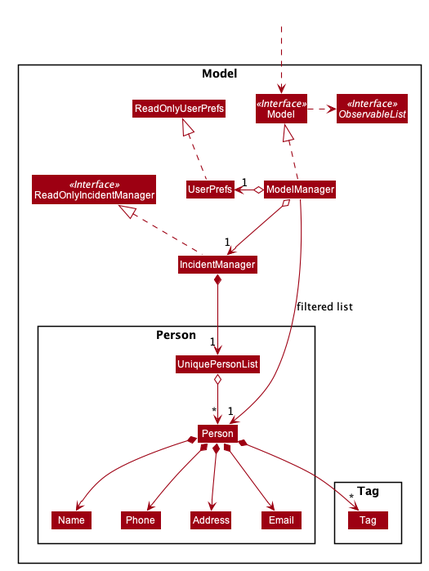
This is docs/images/ModelClassDiagram.png from nus-cs2103-AY1920S1/addressbook-level3, a PlantUML export, as it was before one commit.
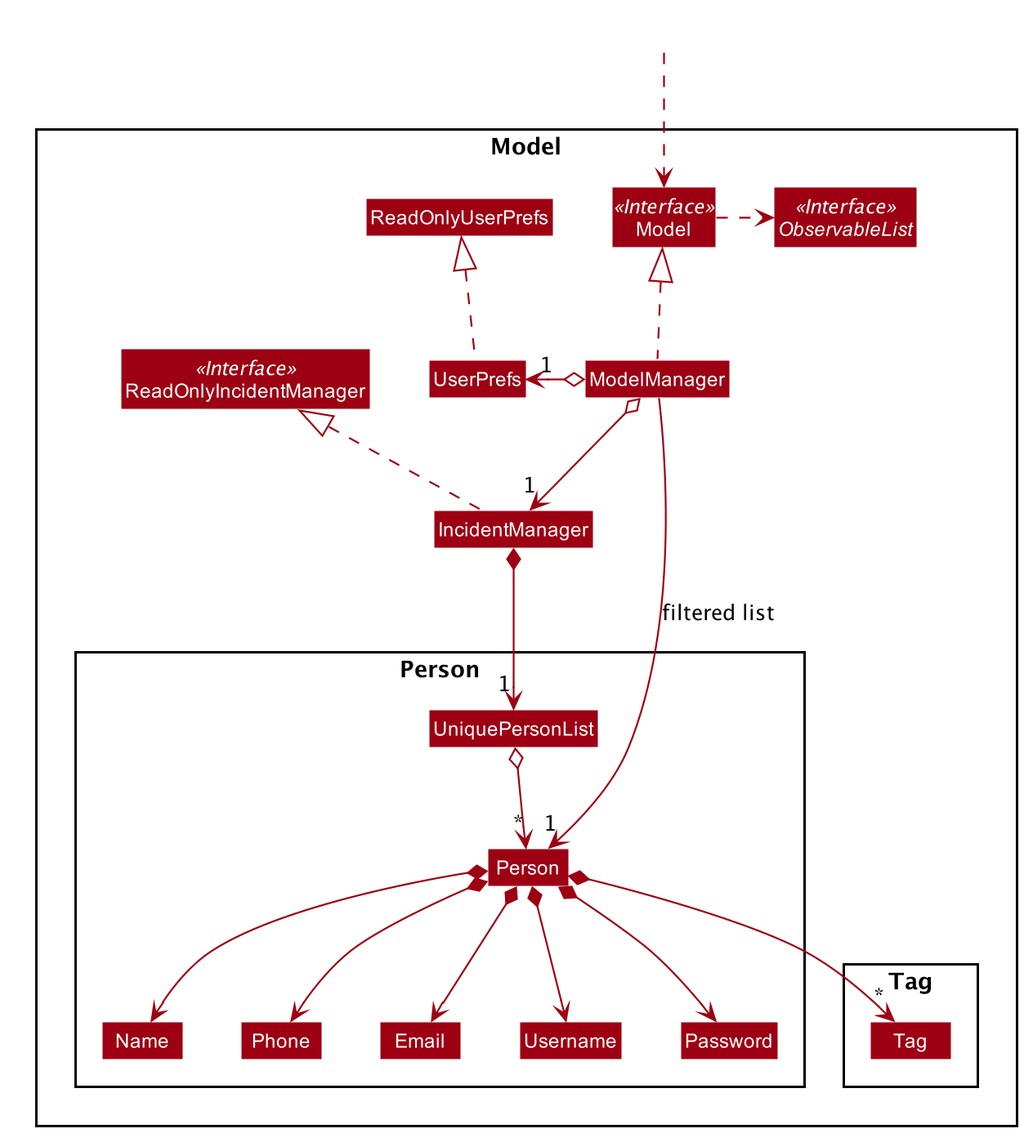
Above is the later version.

Commit message:
Fixed Person Model Diagrams

The edit, as a diff of the source:
```diff
@@ -64,7 +64,8 @@
 
 Package Person {
 Class Person
-Class Address
+Class Username
+Class Password
 Class Email
 Class Name
 Class Phone
@@ -92,12 +93,13 @@
 Person *--> Name
 Person *--> Phone
 Person *--> Email
-Person *--> Address
+Person *--> Username
+Person *--> Password
 Person *--> "*" Tag
 
 Name -[hidden]right-> Phone
-Phone -[hidden]right-> Address
-Address -[hidden]right-> Email
+Phone -[hidden]right-> Email
+Email -[hidden]right-> Username
 
 ModelManager -->"1" Person : filtered list
 @enduml
```
